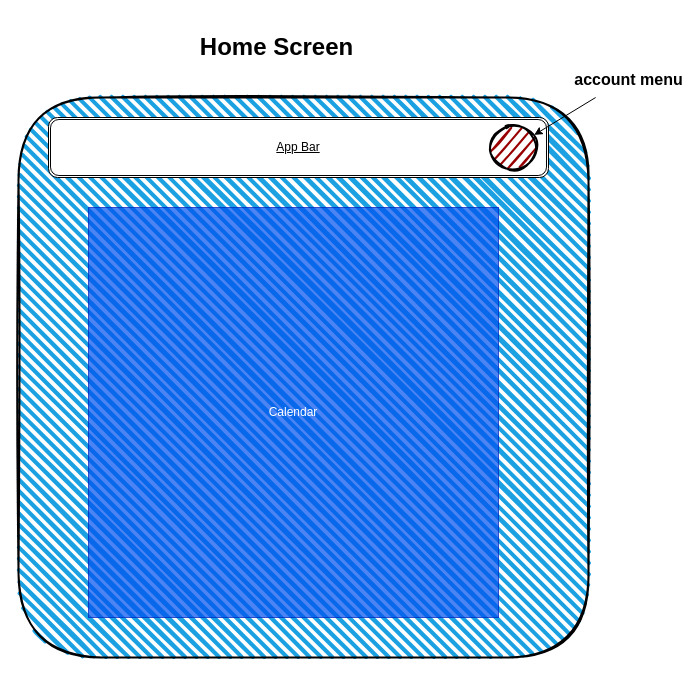
adventures-in/meeting_scheduler keeps this draw.io diagram as docs/design/home/lofi-wireframe.dio. Above is the earlier version. Source tidied: cells renumbered, new cells numbered last; positions are measured from the earlier drawing's top-left corner, leaving out a move shared by most shapes. Both pictures are drawn from the tidied source at 100%, with x=0, y=0 at pixel (18, 17).
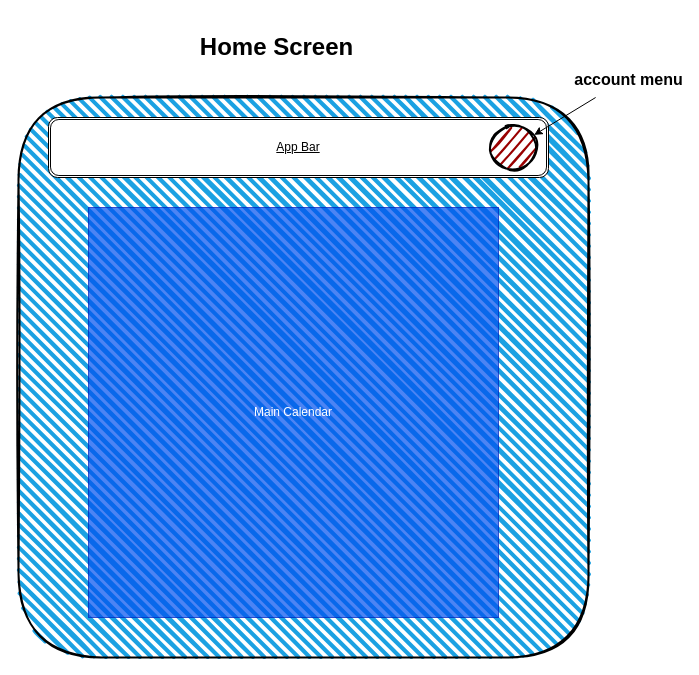
Above is the later version.

The edit, as a diff of the source:
```diff
@@
 <mxGraphModel>
   <root>
     <mxCell id="0" />
     <mxCell id="1" parent="0" />
     <mxCell id="2" style="rounded=1;whiteSpace=wrap;html=1;strokeWidth=2;fillWeight=4;hachureGap=8;hachureAngle=45;fillColor=#1ba1e2;sketch=1;" parent="1" vertex="1">
       <mxGeometry y="80" width="570" height="560" as="geometry" />
     </mxCell>
     <mxCell id="3" value="Home Screen" style="text;strokeColor=none;fillColor=none;html=1;fontSize=24;fontStyle=1;verticalAlign=middle;align=center;" parent="1" vertex="1">
       <mxGeometry x="170" width="176" height="60" as="geometry" />
     </mxCell>
     <mxCell id="4" value="&lt;u&gt;App Bar&lt;/u&gt;" style="shape=ext;double=1;rounded=1;whiteSpace=wrap;html=1;" parent="1" vertex="1">
       <mxGeometry x="30" y="100" width="500" height="60" as="geometry" />
     </mxCell>
     <mxCell id="5" style="ellipse;whiteSpace=wrap;html=1;strokeWidth=2;fillWeight=2;hachureGap=8;fillColor=#990000;fillStyle=dots;sketch=1;" parent="1" vertex="1">
       <mxGeometry x="470" y="107.5" width="50" height="45" as="geometry" />
     </mxCell>
     <mxCell id="6" style="edgeStyle=none;html=1;" parent="1" edge="1" source="7" target="5">
       <mxGeometry relative="1" as="geometry" />
     </mxCell>
     <mxCell id="7" value="&lt;font style=&quot;font-size: 16px&quot;&gt;account menu&lt;/font&gt;" style="text;strokeColor=none;fillColor=none;html=1;fontSize=24;fontStyle=1;verticalAlign=middle;align=center;" parent="1" vertex="1">
       <mxGeometry x="560" y="40" width="100" height="40" as="geometry" />
     </mxCell>
-    <mxCell id="8" value="Calendar" style="whiteSpace=wrap;html=1;fillColor=#0050ef;strokeColor=#001DBC;fontColor=#ffffff;opacity=70;" parent="1" vertex="1">
+    <mxCell id="8" value="Main Calendar" style="whiteSpace=wrap;html=1;fillColor=#0050ef;strokeColor=#001DBC;fontColor=#ffffff;opacity=70;" parent="1" vertex="1">
       <mxGeometry x="70" y="190" width="410" height="410" as="geometry" />
     </mxCell>
   </root>
 </mxGraphModel>
```
